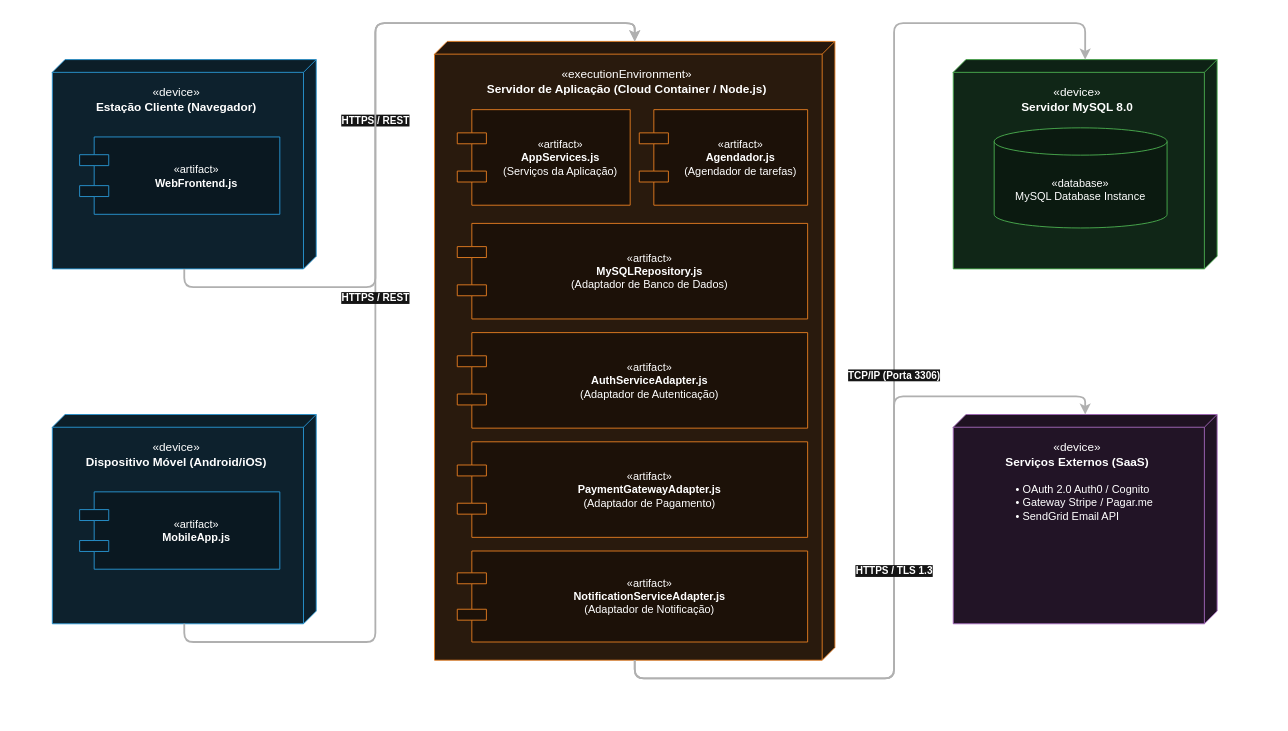
devcaline/nexo-modelagem keeps this draw.io diagram as page "Diagrama de implantação" (4 of 5) of diagramas/arquitetura/diagramas-arquitetura.drawio. Above is the earlier version. Source tidied: cells renumbered, new cells numbered last; positions are measured from the earlier drawing's top-left corner, leaving out a move shared by most shapes. Both pictures are drawn from the tidied source at 91%, with x=0, y=0 at pixel (52, 41).
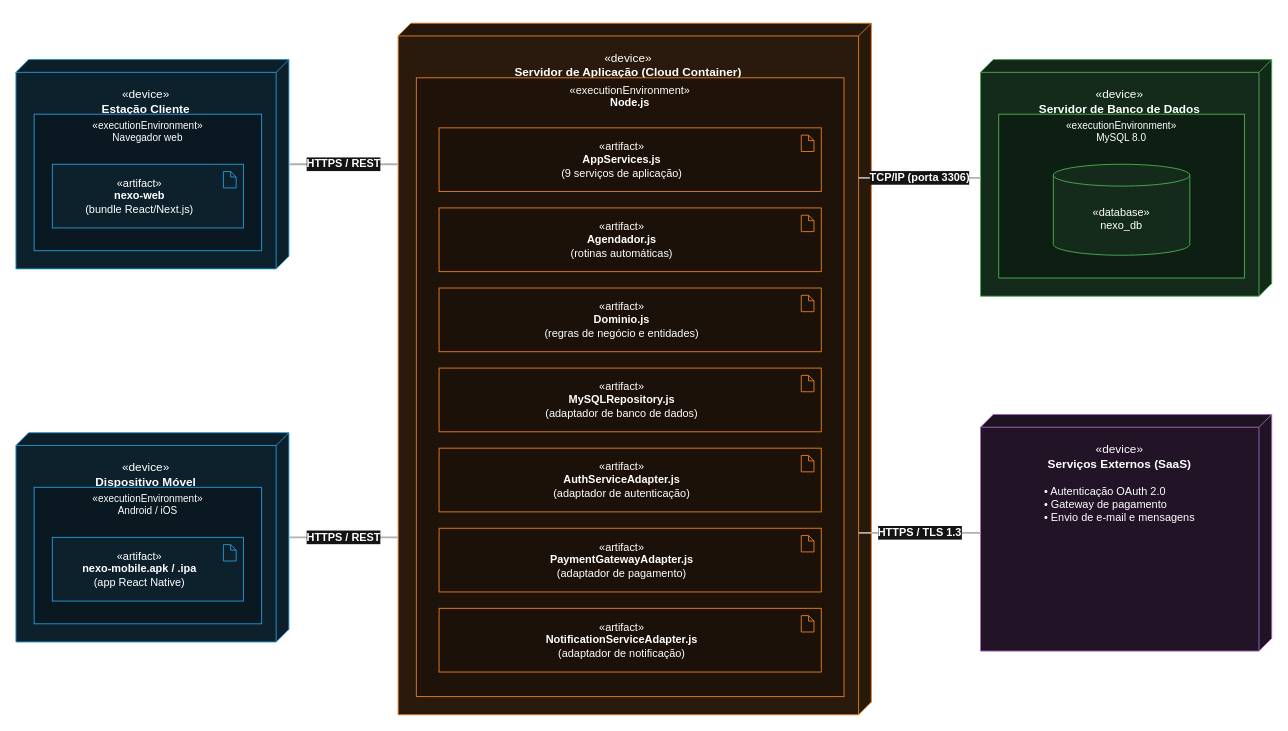
Above is the later version.

The edit, as a diff of the source:
```diff
@@
-    <mxCell id="2" value="&amp;laquo;device&amp;raquo;&lt;br&gt;&lt;b&gt;Estação Cliente (Navegador)&lt;/b&gt;" style="verticalAlign=top;align=center;spacingTop=8;spacingLeft=8;spacingRight=12;spacingBottom=12;points=[[0,0.5],[0.25,0],[0.5,0],[0.75,0],[1,0.5],[0,1],[0.25,1],[0.5,1],[0.75,1],[1,1]];shape=cube;size=14;direction=south;html=1;boundedLbl=1;backgroundOutline=1;darkOpacity=0.05;darkOpacity2=0.1;fillColor=#0d212d;strokeColor=#2998d6;fontColor=#ffffff;fontSize=13;" parent="1" vertex="1">
-      <mxGeometry y="20" width="290" height="230" as="geometry" />
-    </mxCell>
-    <mxCell id="3" value="&amp;laquo;artifact&amp;raquo;&lt;br&gt;&lt;b&gt;WebFrontend.js&lt;/b&gt;" style="shape=component;align=center;spacingLeft=36;html=1;fillColor=#0a1821;strokeColor=#2998d6;fontColor=#ffffff;fontSize=12;" parent="2" vertex="1">
-      <mxGeometry x="30" y="85" width="220" height="85" as="geometry" />
-    </mxCell>
-    <mxCell id="4" value="&amp;laquo;device&amp;raquo;&lt;br&gt;&lt;b&gt;Dispositivo Móvel (Android/iOS)&lt;/b&gt;" style="verticalAlign=top;align=center;spacingTop=8;spacingLeft=8;spacingRight=12;spacingBottom=12;points=[[0,0.5],[0.25,0],[0.5,0],[0.75,0],[1,0.5],[0,1],[0.25,1],[0.5,1],[0.75,1],[1,1]];shape=cube;size=14;direction=south;html=1;boundedLbl=1;backgroundOutline=1;darkOpacity=0.05;darkOpacity2=0.1;fillColor=#0d212d;strokeColor=#2998d6;fontColor=#ffffff;fontSize=13;" parent="1" vertex="1">
-      <mxGeometry y="410" width="290" height="230" as="geometry" />
-    </mxCell>
-    <mxCell id="5" value="&amp;laquo;artifact&amp;raquo;&lt;br&gt;&lt;b&gt;MobileApp.js&lt;/b&gt;" style="shape=component;align=center;spacingLeft=36;html=1;fillColor=#0a1821;strokeColor=#2998d6;fontColor=#ffffff;fontSize=12;" parent="4" vertex="1">
-      <mxGeometry x="30" y="85" width="220" height="85" as="geometry" />
-    </mxCell>
-    <mxCell id="6" value="&amp;laquo;executionEnvironment&amp;raquo;&lt;br&gt;&lt;b&gt;Servidor de Aplicação (Cloud Container / Node.js)&lt;/b&gt;" style="verticalAlign=top;align=center;spacingTop=8;spacingLeft=8;spacingRight=12;spacingBottom=12;points=[[0,0.5],[0.25,0],[0.5,0],[0.75,0],[1,0.5],[0,1],[0.25,1],[0.5,1],[0.75,1],[1,1]];shape=cube;size=14;direction=south;html=1;boundedLbl=1;backgroundOutline=1;darkOpacity=0.05;darkOpacity2=0.1;fillColor=#291a0d;strokeColor=#e67e22;fontColor=#ffffff;fontSize=13;" parent="1" vertex="1">
-      <mxGeometry x="420" width="440" height="680" as="geometry" />
-    </mxCell>
-    <mxCell id="7" value="&amp;laquo;artifact&amp;raquo;&lt;br&gt;&lt;b&gt;AppServices.js&lt;/b&gt;&lt;br&gt;(Serviços da Aplicação)" style="shape=component;align=center;spacingLeft=36;html=1;fillColor=#1c1108;strokeColor=#e67e22;fontColor=#ffffff;fontSize=12;" parent="6" vertex="1">
-      <mxGeometry x="25" y="75" width="190" height="105" as="geometry" />
-    </mxCell>
-    <mxCell id="8" value="&amp;laquo;artifact&amp;raquo;&lt;br&gt;&lt;b&gt;Agendador.js&lt;/b&gt;&lt;br&gt;(Agendador de tarefas)" style="shape=component;align=center;spacingLeft=36;html=1;fillColor=#1c1108;strokeColor=#e67e22;fontColor=#ffffff;fontSize=12;" parent="6" vertex="1">
-      <mxGeometry x="225" y="75" width="185" height="105" as="geometry" />
-    </mxCell>
-    <mxCell id="9" value="&amp;laquo;artifact&amp;raquo;&lt;br&gt;&lt;b&gt;MySQLRepository.js&lt;/b&gt;&lt;br&gt;(Adaptador de Banco de Dados)" style="shape=component;align=center;spacingLeft=36;html=1;fillColor=#1c1108;strokeColor=#e67e22;fontColor=#ffffff;fontSize=12;" parent="6" vertex="1">
-      <mxGeometry x="25" y="200" width="385" height="105" as="geometry" />
-    </mxCell>
-    <mxCell id="10" value="&amp;laquo;artifact&amp;raquo;&lt;br&gt;&lt;b&gt;AuthServiceAdapter.js&lt;/b&gt;&lt;br&gt;(Adaptador de Autenticação)" style="shape=component;align=center;spacingLeft=36;html=1;fillColor=#1c1108;strokeColor=#e67e22;fontColor=#ffffff;fontSize=12;" parent="6" vertex="1">
-      <mxGeometry x="25" y="320" width="385" height="105" as="geometry" />
-    </mxCell>
-    <mxCell id="11" value="&amp;laquo;artifact&amp;raquo;&lt;br&gt;&lt;b&gt;PaymentGatewayAdapter.js&lt;/b&gt;&lt;br&gt;(Adaptador de Pagamento)" style="shape=component;align=center;spacingLeft=36;html=1;fillColor=#1c1108;strokeColor=#e67e22;fontColor=#ffffff;fontSize=12;" parent="6" vertex="1">
-      <mxGeometry x="25" y="440" width="385" height="105" as="geometry" />
-    </mxCell>
-    <mxCell id="12" value="&amp;laquo;artifact&amp;raquo;&lt;br&gt;&lt;b&gt;NotificationServiceAdapter.js&lt;/b&gt;&lt;br&gt;(Adaptador de Notificação)" style="shape=component;align=center;spacingLeft=36;html=1;fillColor=#1c1108;strokeColor=#e67e22;fontColor=#ffffff;fontSize=12;" parent="6" vertex="1">
-      <mxGeometry x="25" y="560" width="385" height="100" as="geometry" />
-    </mxCell>
-    <mxCell id="13" value="&amp;laquo;device&amp;raquo;&lt;br&gt;&lt;b&gt;Servidor MySQL 8.0&lt;/b&gt;" style="verticalAlign=top;align=center;spacingTop=8;spacingLeft=8;spacingRight=12;spacingBottom=12;points=[[0,0.5],[0.25,0],[0.5,0],[0.75,0],[1,0.5],[0,1],[0.25,1],[0.5,1],[0.75,1],[1,1]];shape=cube;size=14;direction=south;html=1;boundedLbl=1;backgroundOutline=1;darkOpacity=0.05;darkOpacity2=0.1;fillColor=#102617;strokeColor=#4caf50;fontColor=#ffffff;fontSize=13;" parent="1" vertex="1">
-      <mxGeometry x="990" y="20" width="290" height="230" as="geometry" />
-    </mxCell>
-    <mxCell id="14" value="&amp;laquo;database&amp;raquo;&lt;br&gt;MySQL Database Instance" style="shape=cylinder3;whiteSpace=wrap;html=1;boundedLbl=1;backgroundOutline=1;size=15;fillColor=#0b1a10;strokeColor=#4caf50;fontColor=#ffffff;fontSize=12;" parent="13" vertex="1">
-      <mxGeometry x="45" y="75" width="190" height="110" as="geometry" />
-    </mxCell>
-    <mxCell id="15" value="&amp;laquo;device&amp;raquo;&lt;br&gt;&lt;b&gt;Serviços Externos (SaaS)&lt;/b&gt;&lt;br&gt;&lt;br&gt;&lt;div style=&quot;text-align: left; padding-left: 16px; font-size: 12px;&quot;&gt;&amp;bull; OAuth 2.0 Auth0 / Cognito&lt;br&gt;&amp;bull; Gateway Stripe / Pagar.me&lt;br&gt;&amp;bull; SendGrid Email API&lt;/div&gt;" style="verticalAlign=top;align=center;spacingTop=8;spacingLeft=8;spacingRight=12;spacingBottom=12;points=[[0,0.5],[0.25,0],[0.5,0],[0.75,0],[1,0.5],[0,1],[0.25,1],[0.5,1],[0.75,1],[1,1]];shape=cube;size=14;direction=south;html=1;boundedLbl=1;backgroundOutline=1;darkOpacity=0.05;darkOpacity2=0.1;fillColor=#221426;strokeColor=#a569bd;fontColor=#ffffff;fontSize=13;" parent="1" vertex="1">
-      <mxGeometry x="990" y="410" width="290" height="230" as="geometry" />
-    </mxCell>
-    <mxCell id="16" value="HTTPS / REST" style="edgeStyle=orthogonalEdgeStyle;rounded=1;jettySize=auto;html=1;exitX=1;exitY=0.5;exitDx=0;exitDy=0;entryX=0;entryY=0.5;entryDx=0;entryDy=0;strokeColor=#b0b0b0;strokeWidth=2;fontColor=#ffffff;fontStyle=1;labelBackgroundColor=#141414;" parent="1" edge="1" source="2" target="6">
-      <mxGeometry relative="1" as="geometry" />
-    </mxCell>
-    <mxCell id="17" value="HTTPS / REST" style="edgeStyle=orthogonalEdgeStyle;rounded=1;jettySize=auto;html=1;exitX=1;exitY=0.5;exitDx=0;exitDy=0;entryX=0;entryY=0.5;entryDx=0;entryDy=0;strokeColor=#b0b0b0;strokeWidth=2;fontColor=#ffffff;fontStyle=1;labelBackgroundColor=#141414;" parent="1" edge="1" source="4" target="6">
-      <mxGeometry relative="1" as="geometry" />
-    </mxCell>
-    <mxCell id="18" value="TCP/IP (Porta 3306)" style="edgeStyle=orthogonalEdgeStyle;rounded=1;jettySize=auto;html=1;exitX=1;exitY=0.5;exitDx=0;exitDy=0;entryX=0;entryY=0.5;entryDx=0;entryDy=0;strokeColor=#b0b0b0;strokeWidth=2;fontColor=#ffffff;fontStyle=1;labelBackgroundColor=#141414;" parent="1" edge="1" source="6" target="13">
-      <mxGeometry relative="1" as="geometry" />
-    </mxCell>
+    <mxCell id="20" value="&amp;laquo;device&amp;raquo;&lt;br/&gt;&lt;b&gt;Estação Cliente&lt;/b&gt;" style="shape=cube;size=14;direction=south;html=1;whiteSpace=wrap;verticalAlign=top;align=center;spacingTop=10;boundedLbl=1;backgroundOutline=1;darkOpacity=0.05;darkOpacity2=0.1;fillColor=#0d212d;strokeColor=#2998d6;fontColor=#ffffff;fontSize=13;" parent="1" vertex="1">
+      <mxGeometry x="-40" y="20" width="300" height="230" as="geometry" />
+    </mxCell>
+    <mxCell id="21" value="&amp;laquo;executionEnvironment&amp;raquo;&lt;br/&gt;Navegador web" style="rounded=0;html=1;whiteSpace=wrap;verticalAlign=top;fillColor=#0a1821;strokeColor=#2998d6;fontColor=#ffffff;fontSize=11;" parent="1" vertex="1">
+      <mxGeometry x="-20" y="80" width="250" height="150" as="geometry" />
+    </mxCell>
+    <mxCell id="22" value="&amp;laquo;artifact&amp;raquo;&lt;br/&gt;&lt;b&gt;nexo-web&lt;/b&gt;&lt;br/&gt;(bundle React/Next.js)" style="rounded=0;html=1;whiteSpace=wrap;fillColor=#0d212d;strokeColor=#2998d6;fontColor=#ffffff;fontSize=12;spacingRight=18;" parent="1" vertex="1">
+      <mxGeometry y="135" width="210" height="70" as="geometry" />
+    </mxCell>
+    <mxCell id="23" style="shape=note;size=6;html=1;fillColor=#0d212d;strokeColor=#2998d6;" parent="1" vertex="1">
+      <mxGeometry x="188" y="143" width="14" height="18" as="geometry" />
+    </mxCell>
+    <mxCell id="24" value="&amp;laquo;device&amp;raquo;&lt;br/&gt;&lt;b&gt;Dispositivo Móvel&lt;/b&gt;" style="shape=cube;size=14;direction=south;html=1;whiteSpace=wrap;verticalAlign=top;align=center;spacingTop=10;boundedLbl=1;backgroundOutline=1;darkOpacity=0.05;darkOpacity2=0.1;fillColor=#0d212d;strokeColor=#2998d6;fontColor=#ffffff;fontSize=13;" parent="1" vertex="1">
+      <mxGeometry x="-40" y="430" width="300" height="230" as="geometry" />
+    </mxCell>
+    <mxCell id="25" value="&amp;laquo;executionEnvironment&amp;raquo;&lt;br/&gt;Android / iOS" style="rounded=0;html=1;whiteSpace=wrap;verticalAlign=top;fillColor=#0a1821;strokeColor=#2998d6;fontColor=#ffffff;fontSize=11;" parent="1" vertex="1">
+      <mxGeometry x="-20" y="490" width="250" height="150" as="geometry" />
+    </mxCell>
+    <mxCell id="26" value="&amp;laquo;artifact&amp;raquo;&lt;br/&gt;&lt;b&gt;nexo-mobile.apk / .ipa&lt;/b&gt;&lt;br/&gt;(app React Native)" style="rounded=0;html=1;whiteSpace=wrap;fillColor=#0d212d;strokeColor=#2998d6;fontColor=#ffffff;fontSize=12;spacingRight=18;" parent="1" vertex="1">
+      <mxGeometry y="545" width="210" height="70" as="geometry" />
+    </mxCell>
+    <mxCell id="27" style="shape=note;size=6;html=1;fillColor=#0d212d;strokeColor=#2998d6;" parent="1" vertex="1">
+      <mxGeometry x="188" y="553" width="14" height="18" as="geometry" />
+    </mxCell>
+    <mxCell id="28" value="&amp;laquo;device&amp;raquo;&lt;br/&gt;&lt;b&gt;Servidor de Aplicação (Cloud Container)&lt;/b&gt;" style="shape=cube;size=14;direction=south;html=1;whiteSpace=wrap;verticalAlign=top;align=center;spacingTop=10;boundedLbl=1;backgroundOutline=1;darkOpacity=0.05;darkOpacity2=0.1;fillColor=#291a0d;strokeColor=#e67e22;fontColor=#ffffff;fontSize=13;" parent="1" vertex="1">
+      <mxGeometry x="380" y="-20" width="520" height="760" as="geometry" />
+    </mxCell>
+    <mxCell id="29" value="&amp;laquo;executionEnvironment&amp;raquo;&lt;br/&gt;&lt;b&gt;Node.js&lt;/b&gt;" style="rounded=0;html=1;whiteSpace=wrap;verticalAlign=top;fillColor=#1f1309;strokeColor=#e67e22;fontColor=#ffffff;fontSize=12;" parent="1" vertex="1">
+      <mxGeometry x="400" y="40" width="470" height="680" as="geometry" />
+    </mxCell>
+    <mxCell id="30" value="&amp;laquo;artifact&amp;raquo;&lt;br/&gt;&lt;b&gt;AppServices.js&lt;/b&gt;&lt;br/&gt;(9 serviços de aplicação)" style="rounded=0;html=1;whiteSpace=wrap;fillColor=#1c1108;strokeColor=#e67e22;fontColor=#ffffff;fontSize=12;spacingRight=18;" parent="1" vertex="1">
+      <mxGeometry x="425" y="95" width="420" height="70" as="geometry" />
+    </mxCell>
+    <mxCell id="31" style="shape=note;size=6;html=1;fillColor=#1c1108;strokeColor=#e67e22;" parent="1" vertex="1">
+      <mxGeometry x="823" y="103" width="14" height="18" as="geometry" />
+    </mxCell>
+    <mxCell id="32" value="&amp;laquo;artifact&amp;raquo;&lt;br/&gt;&lt;b&gt;Agendador.js&lt;/b&gt;&lt;br/&gt;(rotinas automáticas)" style="rounded=0;html=1;whiteSpace=wrap;fillColor=#1c1108;strokeColor=#e67e22;fontColor=#ffffff;fontSize=12;spacingRight=18;" parent="1" vertex="1">
+      <mxGeometry x="425" y="183" width="420" height="70" as="geometry" />
+    </mxCell>
+    <mxCell id="33" style="shape=note;size=6;html=1;fillColor=#1c1108;strokeColor=#e67e22;" parent="1" vertex="1">
+      <mxGeometry x="823" y="191" width="14" height="18" as="geometry" />
+    </mxCell>
+    <mxCell id="34" value="&amp;laquo;artifact&amp;raquo;&lt;br/&gt;&lt;b&gt;Dominio.js&lt;/b&gt;&lt;br/&gt;(regras de negócio e entidades)" style="rounded=0;html=1;whiteSpace=wrap;fillColor=#1c1108;strokeColor=#e67e22;fontColor=#ffffff;fontSize=12;spacingRight=18;" parent="1" vertex="1">
+      <mxGeometry x="425" y="271" width="420" height="70" as="geometry" />
+    </mxCell>
+    <mxCell id="35" style="shape=note;size=6;html=1;fillColor=#1c1108;strokeColor=#e67e22;" parent="1" vertex="1">
+      <mxGeometry x="823" y="279" width="14" height="18" as="geometry" />
+    </mxCell>
+    <mxCell id="36" value="&amp;laquo;artifact&amp;raquo;&lt;br/&gt;&lt;b&gt;MySQLRepository.js&lt;/b&gt;&lt;br/&gt;(adaptador de banco de dados)" style="rounded=0;html=1;whiteSpace=wrap;fillColor=#1c1108;strokeColor=#e67e22;fontColor=#ffffff;fontSize=12;spacingRight=18;" parent="1" vertex="1">
+      <mxGeometry x="425" y="359" width="420" height="70" as="geometry" />
+    </mxCell>
+    <mxCell id="37" style="shape=note;size=6;html=1;fillColor=#1c1108;strokeColor=#e67e22;" parent="1" vertex="1">
+      <mxGeometry x="823" y="367" width="14" height="18" as="geometry" />
+    </mxCell>
+    <mxCell id="38" value="&amp;laquo;artifact&amp;raquo;&lt;br/&gt;&lt;b&gt;AuthServiceAdapter.js&lt;/b&gt;&lt;br/&gt;(adaptador de autenticação)" style="rounded=0;html=1;whiteSpace=wrap;fillColor=#1c1108;strokeColor=#e67e22;fontColor=#ffffff;fontSize=12;spacingRight=18;" parent="1" vertex="1">
+      <mxGeometry x="425" y="447" width="420" height="70" as="geometry" />
+    </mxCell>
+    <mxCell id="39" style="shape=note;size=6;html=1;fillColor=#1c1108;strokeColor=#e67e22;" parent="1" vertex="1">
+      <mxGeometry x="823" y="455" width="14" height="18" as="geometry" />
+    </mxCell>
+    <mxCell id="40" value="&amp;laquo;artifact&amp;raquo;&lt;br/&gt;&lt;b&gt;PaymentGatewayAdapter.js&lt;/b&gt;&lt;br/&gt;(adaptador de pagamento)" style="rounded=0;html=1;whiteSpace=wrap;fillColor=#1c1108;strokeColor=#e67e22;fontColor=#ffffff;fontSize=12;spacingRight=18;" parent="1" vertex="1">
+      <mxGeometry x="425" y="535" width="420" height="70" as="geometry" />
+    </mxCell>
+    <mxCell id="41" style="shape=note;size=6;html=1;fillColor=#1c1108;strokeColor=#e67e22;" parent="1" vertex="1">
+      <mxGeometry x="823" y="543" width="14" height="18" as="geometry" />
+    </mxCell>
+    <mxCell id="42" value="&amp;laquo;artifact&amp;raquo;&lt;br/&gt;&lt;b&gt;NotificationServiceAdapter.js&lt;/b&gt;&lt;br/&gt;(adaptador de notificação)" style="rounded=0;html=1;whiteSpace=wrap;fillColor=#1c1108;strokeColor=#e67e22;fontColor=#ffffff;fontSize=12;spacingRight=18;" parent="1" vertex="1">
+      <mxGeometry x="425" y="623" width="420" height="70" as="geometry" />
+    </mxCell>
+    <mxCell id="43" style="shape=note;size=6;html=1;fillColor=#1c1108;strokeColor=#e67e22;" parent="1" vertex="1">
+      <mxGeometry x="823" y="631" width="14" height="18" as="geometry" />
+    </mxCell>
+    <mxCell id="44" value="&amp;laquo;device&amp;raquo;&lt;br/&gt;&lt;b&gt;Servidor de Banco de Dados&lt;/b&gt;" style="shape=cube;size=14;direction=south;html=1;whiteSpace=wrap;verticalAlign=top;align=center;spacingTop=10;boundedLbl=1;backgroundOutline=1;darkOpacity=0.05;darkOpacity2=0.1;fillColor=#142b1b;strokeColor=#4caf50;fontColor=#ffffff;fontSize=13;" parent="1" vertex="1">
+      <mxGeometry x="1020" y="20" width="320" height="260" as="geometry" />
+    </mxCell>
+    <mxCell id="45" value="&amp;laquo;executionEnvironment&amp;raquo;&lt;br/&gt;MySQL 8.0" style="rounded=0;html=1;whiteSpace=wrap;verticalAlign=top;fillColor=#0d1f12;strokeColor=#4caf50;fontColor=#ffffff;fontSize=11;" parent="1" vertex="1">
+      <mxGeometry x="1040" y="80" width="270" height="180" as="geometry" />
+    </mxCell>
+    <mxCell id="46" value="&amp;laquo;database&amp;raquo;&lt;br/&gt;nexo_db" style="shape=cylinder3;whiteSpace=wrap;html=1;boundedLbl=1;backgroundOutline=1;size=12;fillColor=#142b1b;strokeColor=#4caf50;fontColor=#ffffff;fontSize=12;" parent="1" vertex="1">
+      <mxGeometry x="1100" y="135" width="150" height="100" as="geometry" />
+    </mxCell>
+    <mxCell id="47" value="&amp;laquo;device&amp;raquo;&lt;br/&gt;&lt;b&gt;Serviços Externos (SaaS)&lt;/b&gt;&lt;br/&gt;&lt;br/&gt;&lt;div style=&quot;text-align:left;font-size:12px;&quot;&gt;&amp;bull; Autenticação OAuth 2.0&lt;br/&gt;&amp;bull; Gateway de pagamento&lt;br/&gt;&amp;bull; Envio de e-mail e mensagens&lt;/div&gt;" style="shape=cube;size=14;direction=south;html=1;whiteSpace=wrap;verticalAlign=top;align=center;spacingTop=10;boundedLbl=1;backgroundOutline=1;darkOpacity=0.05;darkOpacity2=0.1;fillColor=#221426;strokeColor=#a569bd;fontColor=#ffffff;fontSize=13;" parent="1" vertex="1">
+      <mxGeometry x="1020" y="410" width="320" height="260" as="geometry" />
+    </mxCell>
+    <mxCell id="48" value="HTTPS / REST" style="edgeStyle=none;rounded=1;html=1;endArrow=none;strokeColor=#b0b0b0;strokeWidth=2;fontColor=#ffffff;fontStyle=1;fontSize=12;labelBackgroundColor=#141414;" parent="1" edge="1">
+      <mxGeometry relative="1" as="geometry">
+        <mxPoint x="260" y="135" as="sourcePoint" />
+        <mxPoint x="380" y="135" as="targetPoint" />
+      </mxGeometry>
+    </mxCell>
+    <mxCell id="49" value="HTTPS / REST" style="edgeStyle=none;rounded=1;html=1;endArrow=none;strokeColor=#b0b0b0;strokeWidth=2;fontColor=#ffffff;fontStyle=1;fontSize=12;labelBackgroundColor=#141414;" parent="1" edge="1">
+      <mxGeometry relative="1" as="geometry">
+        <mxPoint x="260" y="545" as="sourcePoint" />
+        <mxPoint x="380" y="545" as="targetPoint" />
+      </mxGeometry>
+    </mxCell>
+    <mxCell id="50" value="TCP/IP (porta 3306)" style="edgeStyle=none;rounded=1;html=1;endArrow=none;strokeColor=#b0b0b0;strokeWidth=2;fontColor=#ffffff;fontStyle=1;fontSize=12;labelBackgroundColor=#141414;" parent="1" edge="1">
+      <mxGeometry relative="1" as="geometry">
+        <mxPoint x="886" y="150" as="sourcePoint" />
+        <mxPoint x="1020" y="150" as="targetPoint" />
+      </mxGeometry>
+    </mxCell>
-    <mxCell id="19" value="HTTPS / TLS 1.3" style="edgeStyle=orthogonalEdgeStyle;rounded=1;jettySize=auto;html=1;exitX=1;exitY=0.5;exitDx=0;exitDy=0;entryX=0;entryY=0.5;entryDx=0;entryDy=0;strokeColor=#b0b0b0;strokeWidth=2;fontColor=#ffffff;fontStyle=1;labelBackgroundColor=#141414;" parent="1" edge="1" source="6" target="15">
-      <mxGeometry relative="1" as="geometry" />
+    <mxCell id="19" value="HTTPS / TLS 1.3" style="edgeStyle=none;rounded=1;html=1;endArrow=none;strokeColor=#b0b0b0;strokeWidth=2;fontColor=#ffffff;fontStyle=1;fontSize=12;labelBackgroundColor=#141414;" parent="1" edge="1">
+      <mxGeometry relative="1" as="geometry">
+        <mxPoint x="886" y="540" as="sourcePoint" />
+        <mxPoint x="1020" y="540" as="targetPoint" />
+      </mxGeometry>
     </mxCell>
```
